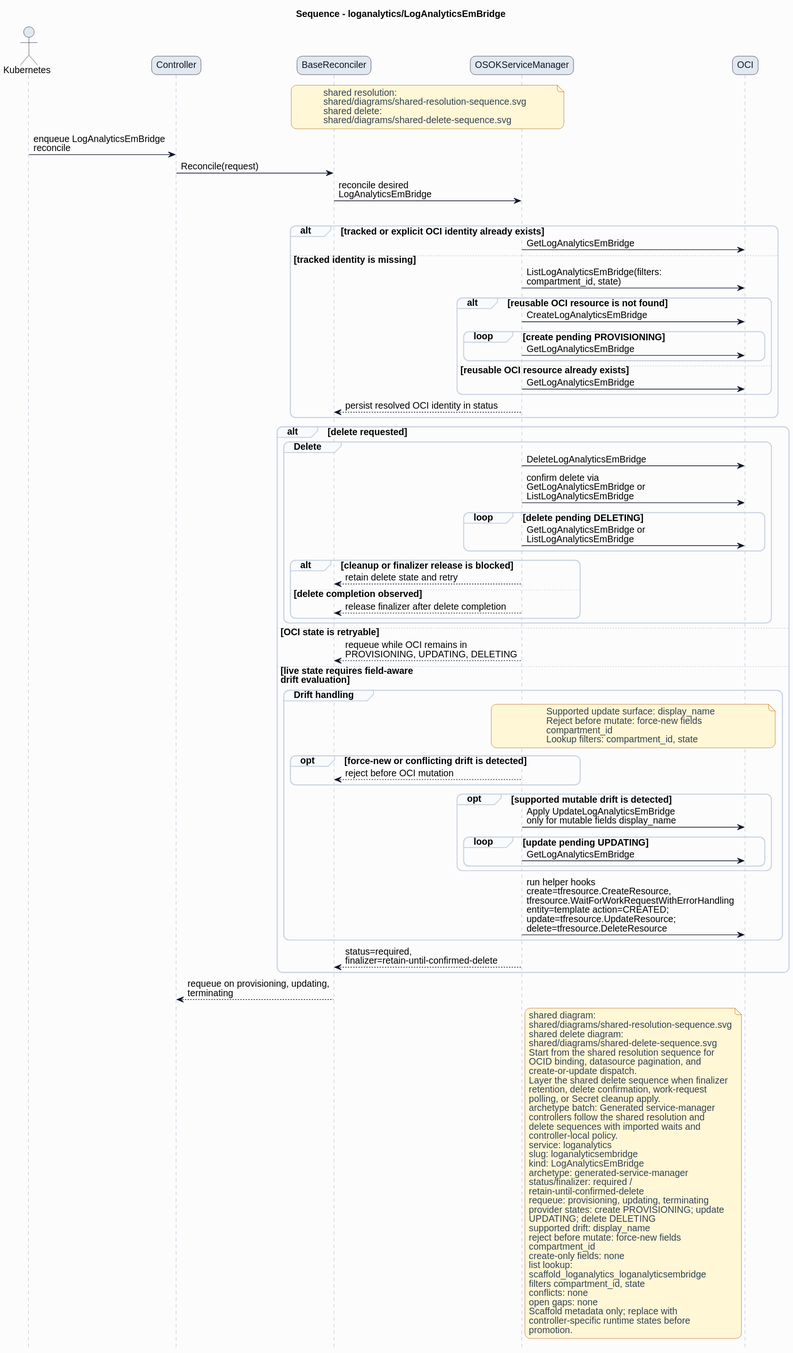
Above: formal/controllers/loganalytics/loganalyticsembridge/diagrams/sequence.svg in HaoyL666/oci-service-operator (PlantUML), before the change.
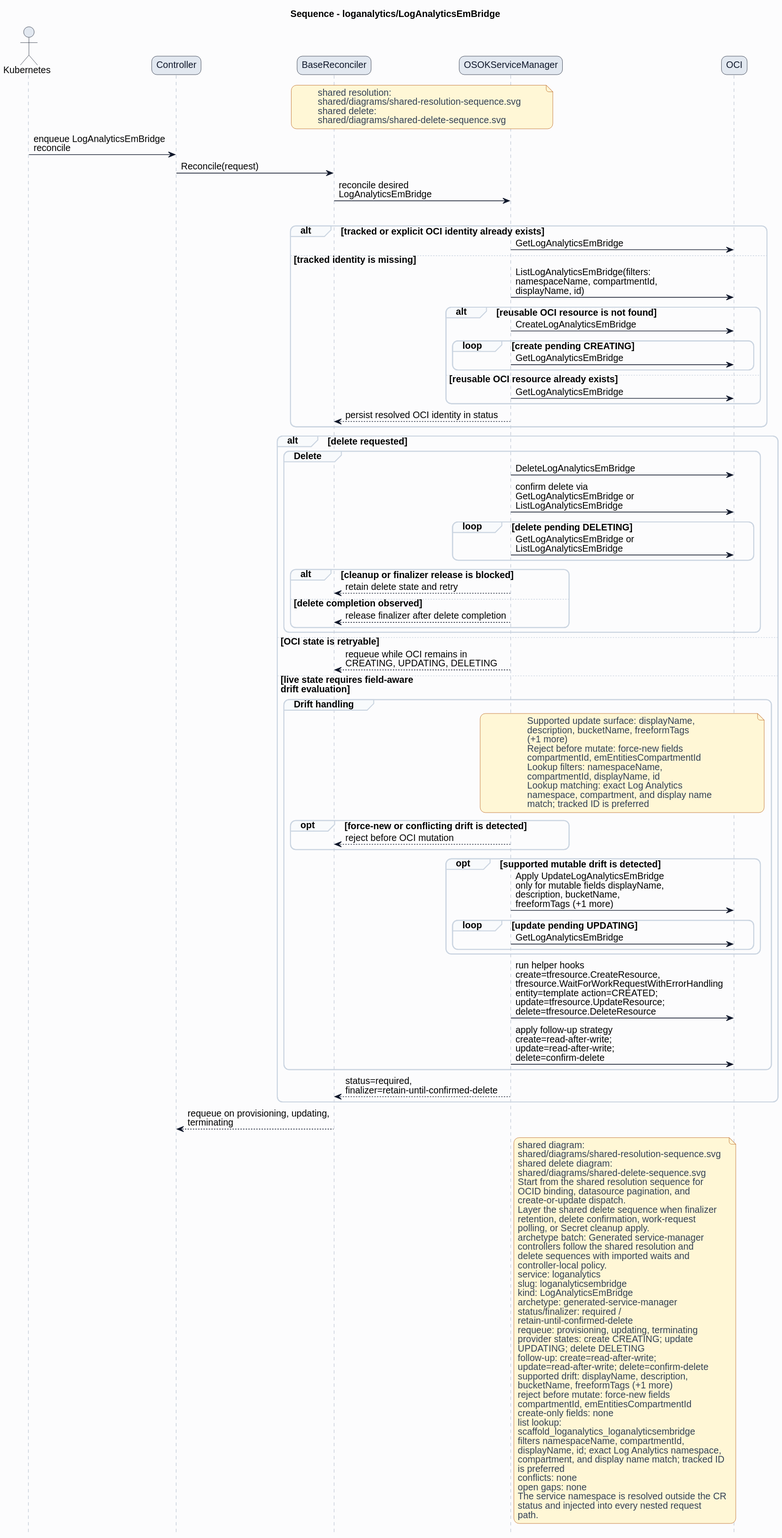
After the commit.

Diff of the diagram source:
```diff
@@ -38,10 +38,10 @@
 alt tracked or explicit OCI identity already exists
 ServiceManager -> OCI: GetLogAnalyticsEmBridge
 else tracked identity is missing
-ServiceManager -> OCI: ListLogAnalyticsEmBridge(filters:\ncompartment_id, state)
+ServiceManager -> OCI: ListLogAnalyticsEmBridge(filters:\nnamespaceName, compartmentId,\ndisplayName, id)
 alt reusable OCI resource is not found
 ServiceManager -> OCI: CreateLogAnalyticsEmBridge
-loop create pending PROVISIONING
+loop create pending CREATING
 ServiceManager -> OCI: GetLogAnalyticsEmBridge
 end
 else reusable OCI resource already exists
@@ -63,25 +63,32 @@
 end
 end
 else OCI state is retryable
-ServiceManager --> BaseReconciler: requeue while OCI remains in\nPROVISIONING, UPDATING, DELETING
+ServiceManager --> BaseReconciler: requeue while OCI remains in\nCREATING, UPDATING, DELETING
 else live state requires field-aware\ndrift evaluation
 group Drift handling
 note over ServiceManager,OCI
-Supported update surface: display_name
+Supported update surface: displayName,
+description, bucketName, freeformTags
+(+1 more)
 Reject before mutate: force-new fields
-compartment_id
-Lookup filters: compartment_id, state
+compartmentId, emEntitiesCompartmentId
+Lookup filters: namespaceName,
+compartmentId, displayName, id
+Lookup matching: exact Log Analytics
+namespace, compartment, and display name
+match; tracked ID is preferred
 end note
 opt force-new or conflicting drift is detected
 ServiceManager --> BaseReconciler: reject before OCI mutation
 end
 opt supported mutable drift is detected
-ServiceManager -> OCI: Apply UpdateLogAnalyticsEmBridge\nonly for mutable fields display_name
+ServiceManager -> OCI: Apply UpdateLogAnalyticsEmBridge\nonly for mutable fields displayName,\ndescription, bucketName,\nfreeformTags (+1 more)
 loop update pending UPDATING
 ServiceManager -> OCI: GetLogAnalyticsEmBridge
 end
 end
 ServiceManager -> OCI: run helper hooks\ncreate=tfresource.CreateResource,\ntfresource.WaitForWorkRequestWithErrorHandling\nentity=template action=CREATED;\nupdate=tfresource.UpdateResource;\ndelete=tfresource.DeleteResource
+ServiceManager -> OCI: apply follow-up strategy\ncreate=read-after-write;\nupdate=read-after-write;\ndelete=confirm-delete
 end
 ServiceManager --> BaseReconciler: status=required,\nfinalizer=retain-until-confirmed-delete
 end
@@ -108,19 +115,25 @@
 status/finalizer: required /
 retain-until-confirmed-delete
 requeue: provisioning, updating, terminating
-provider states: create PROVISIONING; update
+provider states: create CREATING; update
 UPDATING; delete DELETING
-supported drift: display_name
+follow-up: create=read-after-write;
+update=read-after-write; delete=confirm-delete
+supported drift: displayName, description,
+bucketName, freeformTags (+1 more)
 reject before mutate: force-new fields
-compartment_id
+compartmentId, emEntitiesCompartmentId
 create-only fields: none
 list lookup:
 scaffold_loganalytics_loganalyticsembridge
-filters compartment_id, state
+filters namespaceName, compartmentId,
+displayName, id; exact Log Analytics namespace,
+compartment, and display name match; tracked ID
+is preferred
 conflicts: none
 open gaps: none
-Scaffold metadata only; replace with
-controller-specific runtime states before
-promotion.
+The service namespace is resolved outside the CR
+status and injected into every nested request
+path.
 end note
 @enduml
```
